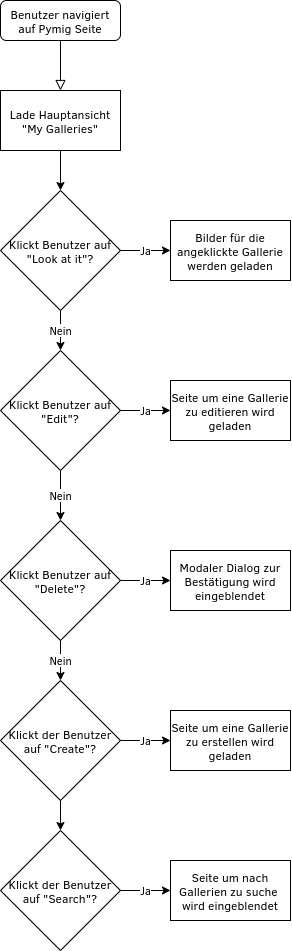
This is scenarios/scenarios.png from yhutter-dbm/pymig, a draw.io export, as it was before one commit. Source tidied: cells renumbered, new cells last; positions are measured from the earlier drawing's top-left corner, leaving out a move shared by most shapes. Source of this version:
```xml
<mxGraphModel>
  <root>
    <mxCell id="0" />
    <mxCell id="1" parent="0" />
    <mxCell id="2" style="rounded=0;html=1;jettySize=auto;fontSize=11;endArrow=block;endFill=0;endSize=8;strokeWidth=1;shadow=0;labelBackgroundColor=none;edgeStyle=orthogonalEdgeStyle;" parent="1" edge="1" source="3">
      <mxGeometry relative="1" as="geometry">
        <mxPoint x="60" y="90" as="targetPoint" />
      </mxGeometry>
    </mxCell>
    <mxCell id="3" value="Benutzer navigiert auf Pymig Seite" style="rounded=1;whiteSpace=wrap;html=1;fontSize=12;glass=0;strokeWidth=1;shadow=0;" parent="1" vertex="1">
      <mxGeometry width="120" height="40" as="geometry" />
    </mxCell>
    <mxCell id="4" style="edgeStyle=orthogonalEdgeStyle;rounded=0;jettySize=auto;html=1;exitX=0.5;exitY=1;exitDx=0;exitDy=0;" parent="1" edge="1" source="5" target="8">
      <mxGeometry relative="1" as="geometry" />
    </mxCell>
    <mxCell id="5" value="Lade Hauptansicht &quot;My Galleries&quot;" style="rounded=0;whiteSpace=wrap;html=1;" parent="1" vertex="1">
      <mxGeometry y="90" width="120" height="60" as="geometry" />
    </mxCell>
    <mxCell id="6" value="Ja" style="edgeStyle=orthogonalEdgeStyle;rounded=0;jettySize=auto;html=1;exitX=1;exitY=0.5;exitDx=0;exitDy=0;" parent="1" edge="1" source="8" target="9">
      <mxGeometry relative="1" as="geometry" />
    </mxCell>
    <mxCell id="7" value="Nein" style="edgeStyle=orthogonalEdgeStyle;rounded=0;jettySize=auto;html=1;exitX=0.5;exitY=1;exitDx=0;exitDy=0;entryX=0.5;entryY=0;entryDx=0;entryDy=0;" parent="1" edge="1" source="8" target="12">
      <mxGeometry relative="1" as="geometry" />
    </mxCell>
    <mxCell id="8" value="Klickt Benutzer auf &quot;Look at it&quot;?" style="rhombus;whiteSpace=wrap;html=1;" parent="1" vertex="1">
      <mxGeometry y="190" width="120" height="120" as="geometry" />
    </mxCell>
    <mxCell id="9" value="Bilder für die angeklickte Gallerie werden geladen" style="rounded=0;whiteSpace=wrap;html=1;" parent="1" vertex="1">
      <mxGeometry x="170" y="220" width="120" height="60" as="geometry" />
    </mxCell>
    <mxCell id="10" value="Ja" style="edgeStyle=orthogonalEdgeStyle;rounded=0;jettySize=auto;html=1;exitX=1;exitY=0.5;exitDx=0;exitDy=0;" parent="1" edge="1" source="12" target="13">
      <mxGeometry relative="1" as="geometry" />
    </mxCell>
    <mxCell id="11" value="Nein" style="edgeStyle=orthogonalEdgeStyle;rounded=0;jettySize=auto;html=1;exitX=0.5;exitY=1;exitDx=0;exitDy=0;entryX=0.5;entryY=0;entryDx=0;entryDy=0;" parent="1" edge="1" source="12" target="16">
      <mxGeometry relative="1" as="geometry" />
    </mxCell>
    <mxCell id="12" value="Klickt Benutzer auf &quot;Edit&quot;?" style="rhombus;whiteSpace=wrap;html=1;" parent="1" vertex="1">
      <mxGeometry y="350" width="120" height="120" as="geometry" />
    </mxCell>
    <mxCell id="13" value="Seite um eine Gallerie zu editieren wird geladen" style="rounded=0;whiteSpace=wrap;html=1;" parent="1" vertex="1">
      <mxGeometry x="170" y="380" width="120" height="60" as="geometry" />
    </mxCell>
    <mxCell id="14" value="Ja" style="edgeStyle=orthogonalEdgeStyle;rounded=0;jettySize=auto;html=1;exitX=1;exitY=0.5;exitDx=0;exitDy=0;" parent="1" edge="1" source="16" target="17">
      <mxGeometry relative="1" as="geometry" />
    </mxCell>
    <mxCell id="15" value="Nein" style="edgeStyle=orthogonalEdgeStyle;rounded=0;jettySize=auto;html=1;exitX=0.5;exitY=1;exitDx=0;exitDy=0;" parent="1" edge="1" source="16" target="20">
      <mxGeometry relative="1" as="geometry" />
    </mxCell>
    <mxCell id="16" value="Klickt Benutzer auf &quot;Delete&quot;?" style="rhombus;whiteSpace=wrap;html=1;" parent="1" vertex="1">
      <mxGeometry y="520" width="120" height="120" as="geometry" />
    </mxCell>
    <mxCell id="17" value="Modaler Dialog zur Bestätigung wird eingeblendet" style="rounded=0;whiteSpace=wrap;html=1;" parent="1" vertex="1">
      <mxGeometry x="170" y="550" width="120" height="60" as="geometry" />
    </mxCell>
    <mxCell id="18" value="Ja" style="edgeStyle=orthogonalEdgeStyle;rounded=0;jettySize=auto;html=1;exitX=1;exitY=0.5;exitDx=0;exitDy=0;entryX=0;entryY=0.5;entryDx=0;entryDy=0;" parent="1" edge="1" source="20" target="21">
      <mxGeometry relative="1" as="geometry" />
    </mxCell>
    <mxCell id="19" style="edgeStyle=orthogonalEdgeStyle;rounded=0;jettySize=auto;html=1;exitX=0.5;exitY=1;exitDx=0;exitDy=0;entryX=0.5;entryY=0;entryDx=0;entryDy=0;" parent="1" edge="1" source="20" target="23">
      <mxGeometry relative="1" as="geometry" />
    </mxCell>
    <mxCell id="20" value="Klickt der Benutzer auf &quot;Create&quot;?" style="rhombus;whiteSpace=wrap;html=1;" parent="1" vertex="1">
      <mxGeometry y="680" width="120" height="120" as="geometry" />
    </mxCell>
    <mxCell id="21" value="Seite um eine Gallerie zu erstellen wird geladen" style="rounded=0;whiteSpace=wrap;html=1;" parent="1" vertex="1">
      <mxGeometry x="170" y="710" width="120" height="60" as="geometry" />
    </mxCell>
    <mxCell id="22" value="Ja" style="edgeStyle=orthogonalEdgeStyle;rounded=0;jettySize=auto;html=1;exitX=1;exitY=0.5;exitDx=0;exitDy=0;" parent="1" edge="1" source="23" target="24">
      <mxGeometry relative="1" as="geometry" />
    </mxCell>
    <mxCell id="23" value="Klickt der Benutzer auf &quot;Search&quot;?" style="rhombus;whiteSpace=wrap;html=1;" parent="1" vertex="1">
      <mxGeometry y="830" width="120" height="120" as="geometry" />
    </mxCell>
    <mxCell id="24" value="Seite um nach Gallerien zu suche&amp;nbsp; wird eingeblendet" style="rounded=0;whiteSpace=wrap;html=1;" parent="1" vertex="1">
      <mxGeometry x="170" y="860" width="120" height="60" as="geometry" />
    </mxCell>
  </root>
</mxGraphModel>
```
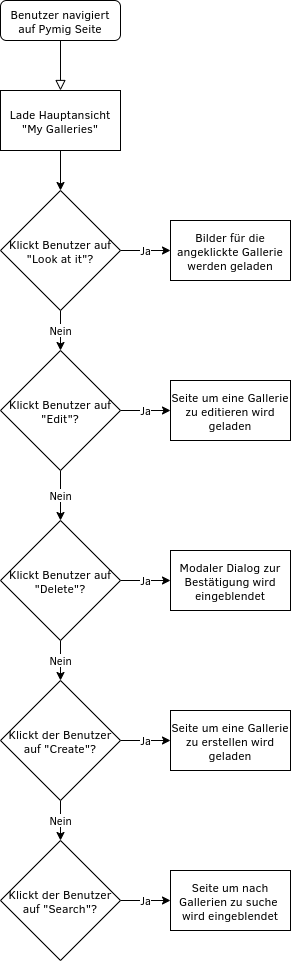
Above is the later version.

Commit message:
Corrected scenario layout

Change to the diagram source:
```diff
@@ -55,7 +55,7 @@
     <mxCell id="18" value="Ja" style="edgeStyle=orthogonalEdgeStyle;rounded=0;jettySize=auto;html=1;exitX=1;exitY=0.5;exitDx=0;exitDy=0;entryX=0;entryY=0.5;entryDx=0;entryDy=0;" parent="1" edge="1" source="20" target="21">
       <mxGeometry relative="1" as="geometry" />
     </mxCell>
-    <mxCell id="19" style="edgeStyle=orthogonalEdgeStyle;rounded=0;jettySize=auto;html=1;exitX=0.5;exitY=1;exitDx=0;exitDy=0;entryX=0.5;entryY=0;entryDx=0;entryDy=0;" parent="1" edge="1" source="20" target="23">
+    <mxCell id="19" value="Nein" style="edgeStyle=orthogonalEdgeStyle;rounded=0;jettySize=auto;html=1;exitX=0.5;exitY=1;exitDx=0;exitDy=0;entryX=0.5;entryY=0;entryDx=0;entryDy=0;" parent="1" edge="1" source="20" target="23">
       <mxGeometry relative="1" as="geometry" />
     </mxCell>
     <mxCell id="20" value="Klickt der Benutzer auf &quot;Create&quot;?" style="rhombus;whiteSpace=wrap;html=1;" parent="1" vertex="1">
@@ -68,10 +68,10 @@
       <mxGeometry relative="1" as="geometry" />
     </mxCell>
     <mxCell id="23" value="Klickt der Benutzer auf &quot;Search&quot;?" style="rhombus;whiteSpace=wrap;html=1;" parent="1" vertex="1">
-      <mxGeometry y="830" width="120" height="120" as="geometry" />
+      <mxGeometry y="840" width="120" height="120" as="geometry" />
     </mxCell>
     <mxCell id="24" value="Seite um nach Gallerien zu suche&amp;nbsp; wird eingeblendet" style="rounded=0;whiteSpace=wrap;html=1;" parent="1" vertex="1">
-      <mxGeometry x="170" y="860" width="120" height="60" as="geometry" />
+      <mxGeometry x="170" y="870" width="120" height="60" as="geometry" />
     </mxCell>
   </root>
 </mxGraphModel>
```
